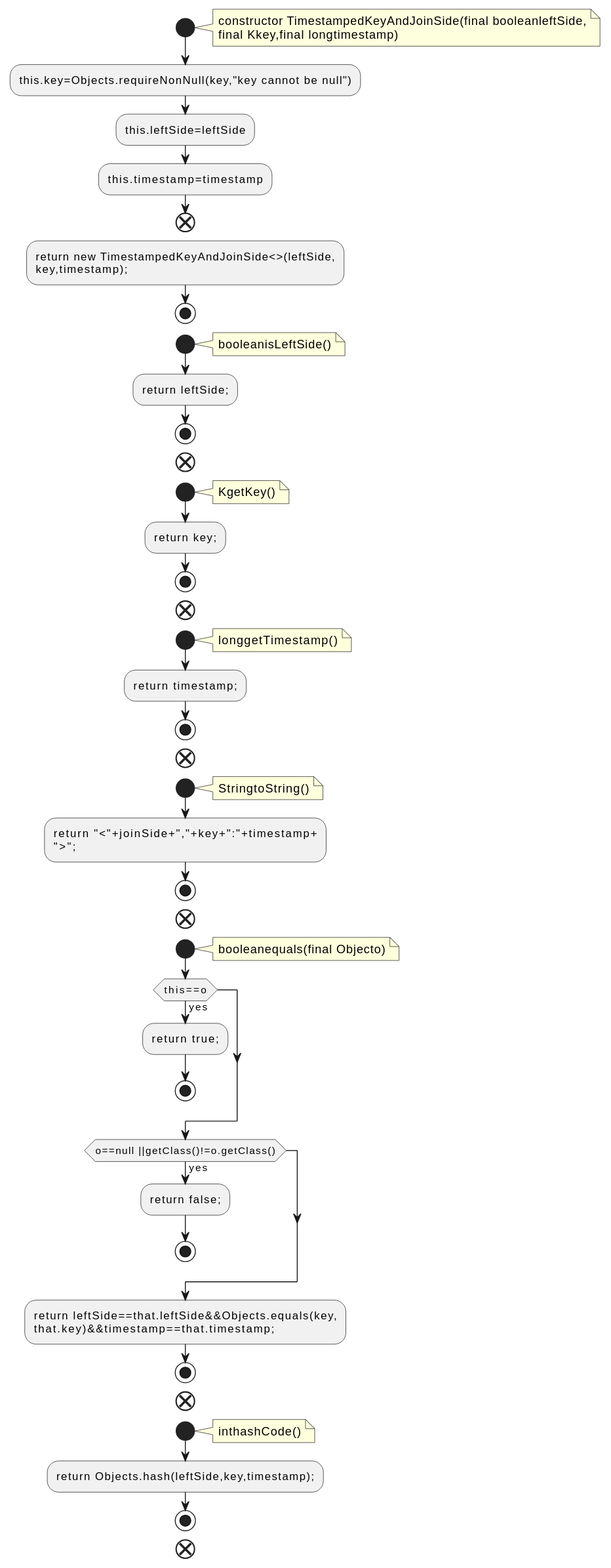
The PlantUML diagram docs/qc/streams/src/main/java/org/apache/kafka/streams/state/internals/TimestampedKeyAndJoinSide.java.fct.svg in qualitesys/kafka, before a commit.
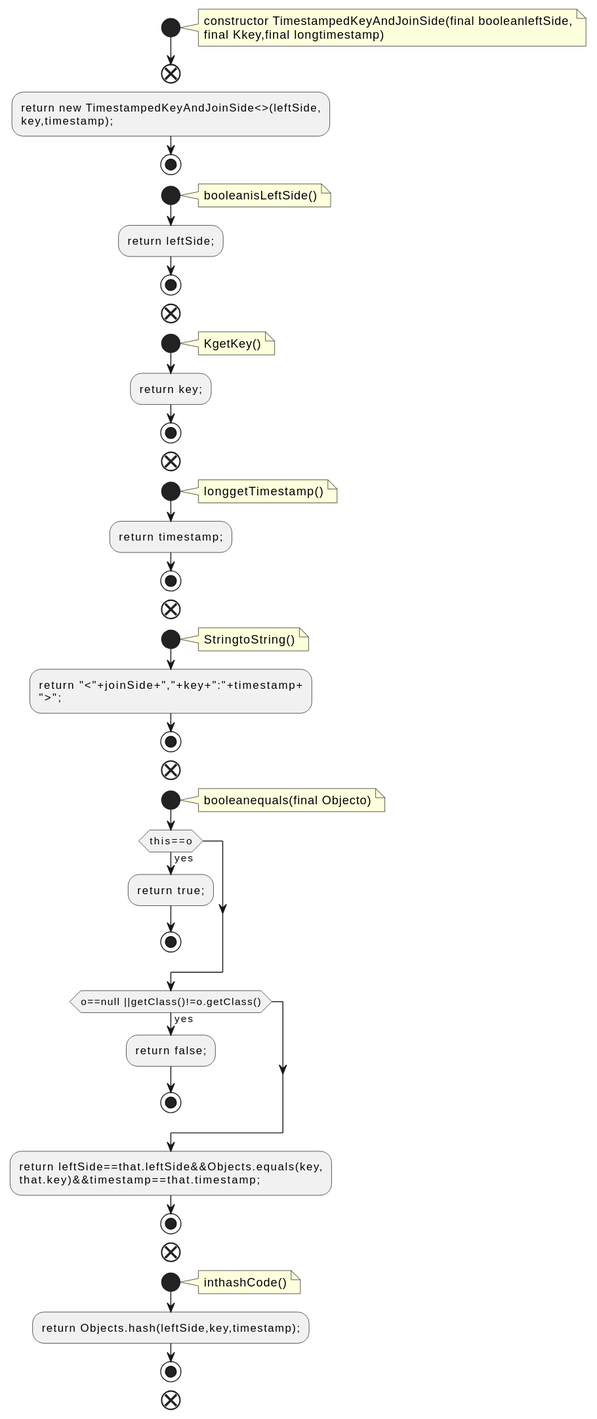
After the commit.

What changed in the source:
```diff
@@ -5,9 +5,6 @@
 constructor TimestampedKeyAndJoinSide(final booleanleftSide,
 final Kkey,final longtimestamp)
 end note
-:this.key=Objects.requireNonNull(key,"key cannot be null");
-:this.leftSide=leftSide;
-:this.timestamp=timestamp;
 end
 :return new TimestampedKeyAndJoinSide<>(leftSide,
 key,timestamp);;
```
